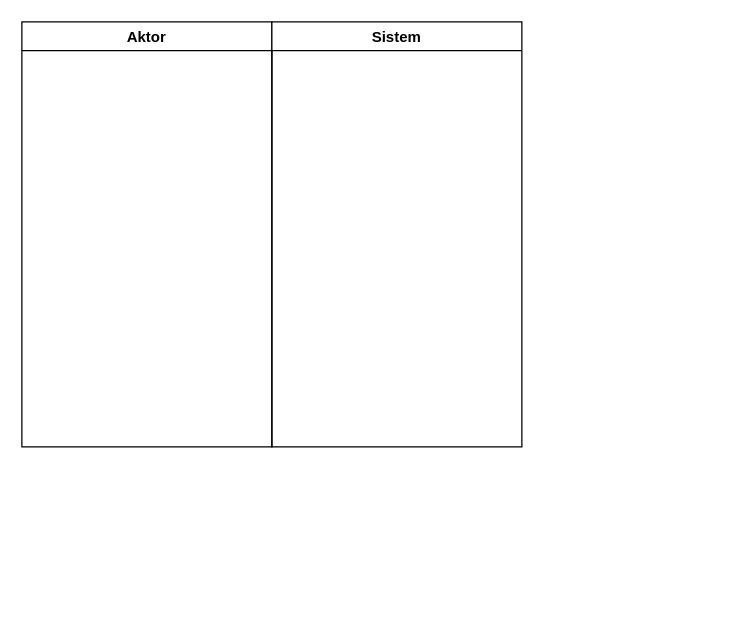
ratihpn99/tokoonline keeps this draw.io diagram as login activity diagram.drawio. Above is the earlier version. Source tidied: cells renumbered, new cells numbered last; positions are measured from the earlier drawing's top-left corner, leaving out a move shared by most shapes. Both pictures are drawn from the tidied source at 125%, with x=0, y=0 at pixel (21, 21).
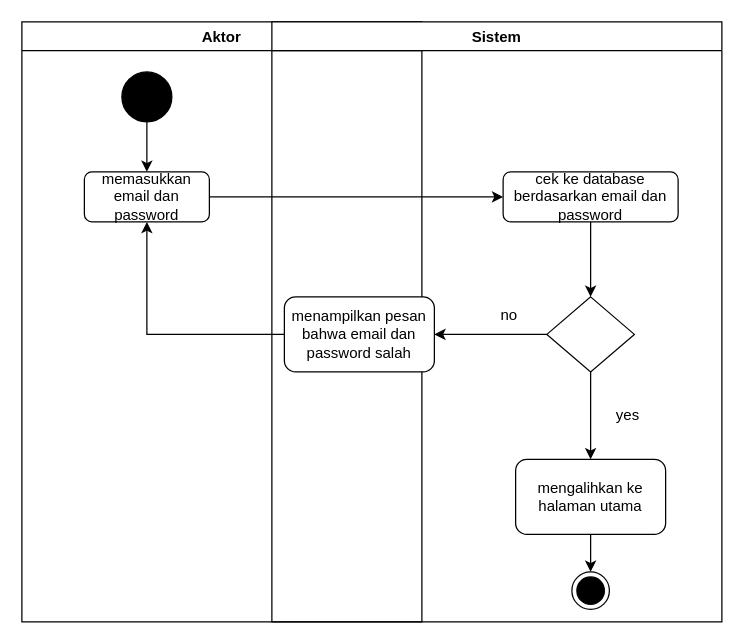
Above is the later version.

The edit, as a diff of the source:
```diff
@@
 <mxGraphModel>
   <root>
     <mxCell id="0" />
     <mxCell id="1" parent="0" />
     <mxCell id="2" value="Aktor" style="swimlane;" parent="1" vertex="1">
-      <mxGeometry width="200" height="340" as="geometry" />
+      <mxGeometry width="320" height="480" as="geometry" />
     </mxCell>
+    <mxCell id="4" style="edgeStyle=orthogonalEdgeStyle;rounded=0;jettySize=auto;html=1;" parent="2" edge="1" source="5" target="6">
+      <mxGeometry relative="1" as="geometry" />
+    </mxCell>
+    <mxCell id="5" style="ellipse;whiteSpace=wrap;html=1;fillColor=#000000;" parent="2" vertex="1">
+      <mxGeometry x="80" y="40" width="40" height="40" as="geometry" />
+    </mxCell>
+    <mxCell id="6" value="memasukkan email dan password" style="rounded=1;whiteSpace=wrap;html=1;fillColor=#FFFFFF;" parent="2" vertex="1">
+      <mxGeometry x="50" y="120" width="100" height="40" as="geometry" />
+    </mxCell>
     <mxCell id="3" value="Sistem" style="swimlane;" parent="1" vertex="1">
-      <mxGeometry x="200" width="200" height="340" as="geometry" />
+      <mxGeometry x="200" width="360" height="480" as="geometry" />
     </mxCell>
+    <mxCell id="7" style="edgeStyle=orthogonalEdgeStyle;rounded=0;jettySize=auto;html=1;" parent="3" edge="1" source="8" target="11">
+      <mxGeometry relative="1" as="geometry" />
+    </mxCell>
+    <mxCell id="8" value="cek ke database berdasarkan email dan password" style="rounded=1;whiteSpace=wrap;html=1;fillColor=#FFFFFF;" parent="3" vertex="1">
+      <mxGeometry x="185" y="120" width="140" height="40" as="geometry" />
+    </mxCell>
+    <mxCell id="9" style="edgeStyle=orthogonalEdgeStyle;rounded=0;jettySize=auto;html=1;" parent="3" edge="1" source="11" target="14">
+      <mxGeometry relative="1" as="geometry" />
+    </mxCell>
+    <mxCell id="10" style="edgeStyle=orthogonalEdgeStyle;rounded=0;jettySize=auto;html=1;" parent="3" edge="1" source="11" target="12">
+      <mxGeometry relative="1" as="geometry" />
+    </mxCell>
+    <mxCell id="11" style="rhombus;whiteSpace=wrap;html=1;fillColor=#FFFFFF;" parent="3" vertex="1">
+      <mxGeometry x="220" y="220" width="70" height="60" as="geometry" />
+    </mxCell>
+    <mxCell id="12" value="menampilkan pesan bahwa email dan password salah" style="rounded=1;whiteSpace=wrap;html=1;fillColor=#FFFFFF;" parent="3" vertex="1">
+      <mxGeometry x="10" y="220" width="120" height="60" as="geometry" />
+    </mxCell>
+    <mxCell id="13" style="edgeStyle=orthogonalEdgeStyle;rounded=0;jettySize=auto;html=1;" parent="3" edge="1" source="14" target="15">
+      <mxGeometry relative="1" as="geometry" />
+    </mxCell>
+    <mxCell id="14" value="mengalihkan ke halaman utama" style="rounded=1;whiteSpace=wrap;html=1;fillColor=#FFFFFF;" parent="3" vertex="1">
+      <mxGeometry x="195" y="350" width="120" height="60" as="geometry" />
+    </mxCell>
+    <mxCell id="15" style="ellipse;html=1;shape=endState;fillColor=#000000;strokeColor=#000000;" parent="3" vertex="1">
+      <mxGeometry x="240" y="440" width="30" height="30" as="geometry" />
+    </mxCell>
+    <mxCell id="16" value="no" style="text;html=1;strokeColor=none;fillColor=none;align=center;verticalAlign=middle;whiteSpace=wrap;rounded=0;" parent="3" vertex="1">
+      <mxGeometry x="160" y="220" width="60" height="30" as="geometry" />
+    </mxCell>
+    <mxCell id="17" value="yes" style="text;html=1;strokeColor=none;fillColor=none;align=center;verticalAlign=middle;whiteSpace=wrap;rounded=0;" parent="3" vertex="1">
+      <mxGeometry x="255" y="300" width="60" height="30" as="geometry" />
+    </mxCell>
+    <mxCell id="18" style="edgeStyle=orthogonalEdgeStyle;rounded=0;jettySize=auto;html=1;entryX=0;entryY=0.5;entryDx=0;entryDy=0;" parent="1" edge="1" source="6" target="8">
+      <mxGeometry relative="1" as="geometry" />
+    </mxCell>
+    <mxCell id="19" style="edgeStyle=orthogonalEdgeStyle;rounded=0;jettySize=auto;html=1;entryX=0.5;entryY=1;entryDx=0;entryDy=0;" parent="1" edge="1" source="12" target="6">
+      <mxGeometry relative="1" as="geometry" />
+    </mxCell>
   </root>
 </mxGraphModel>
```
